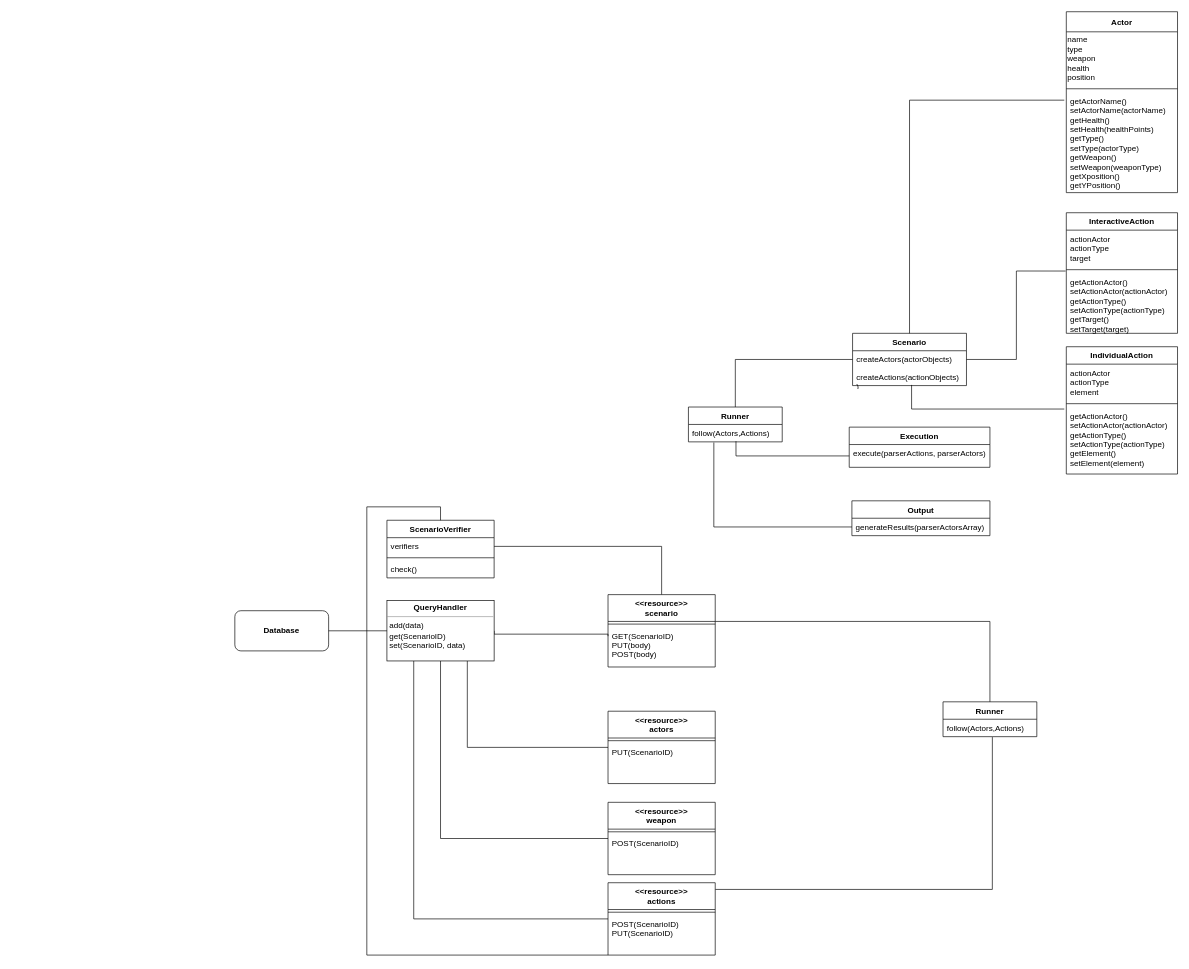
This is src/Diagram.drawio from fjcoding/AT-BC-LAT-01, a draw.io file, before an edit. Source tidied: cells renumbered, new cells numbered last; positions are measured from the earlier drawing's top-left corner, leaving out a move shared by most shapes. Both pictures are drawn from the tidied source at 67%, with x=0, y=0 at pixel (234, 11).
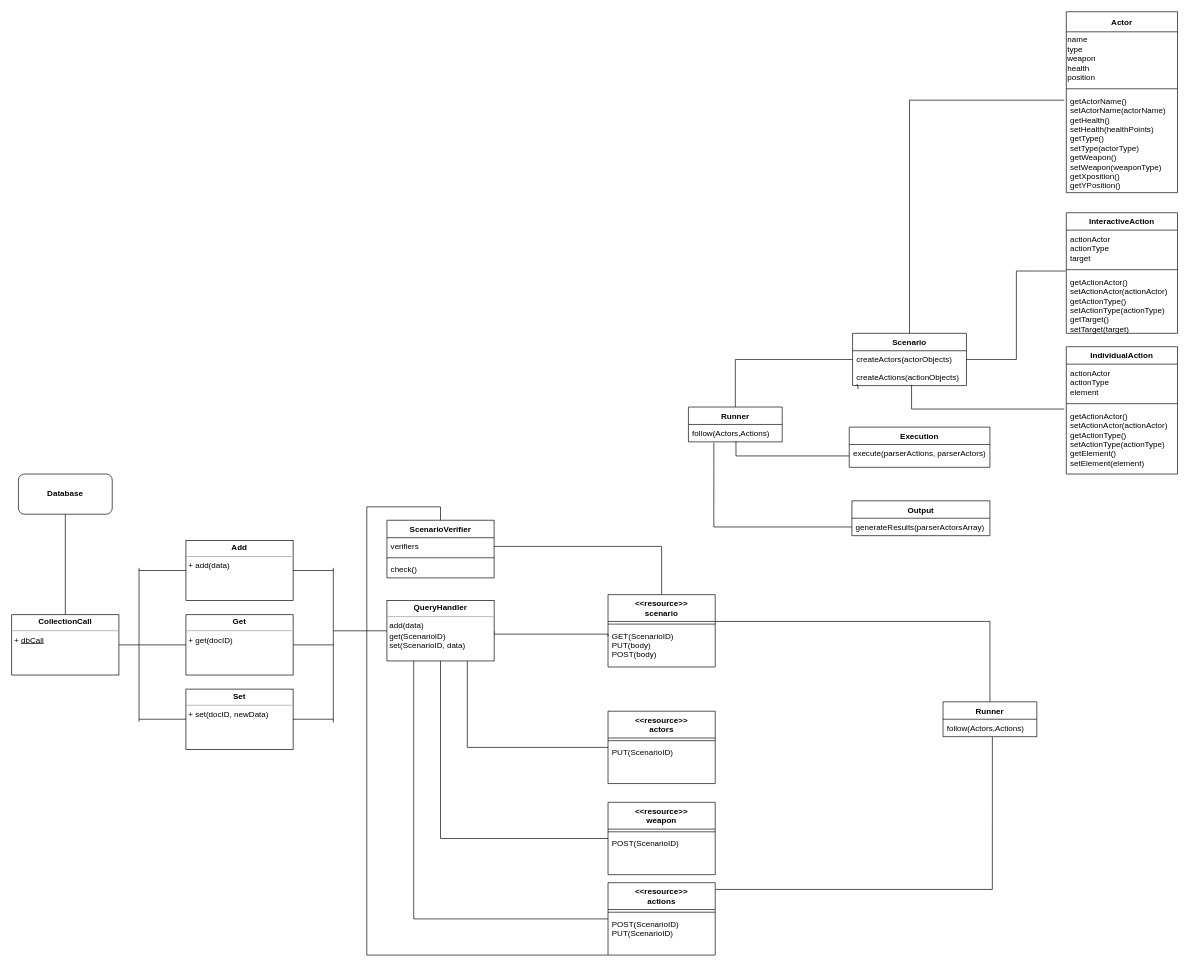
Above is the later version.

Commit message:
Class diagram modified according to new classes

The change refers to these unchanged cells:
```xml
<mxCell id="48" value="&lt;p style=&quot;margin: 0px ; margin-top: 4px ; text-align: center&quot;&gt;&lt;b&gt;QueryHandler&lt;/b&gt;&lt;/p&gt;&lt;hr size=&quot;1&quot;&gt;&lt;p style=&quot;margin: 0px ; margin-left: 4px&quot;&gt;add(data)&lt;/p&gt;&lt;p style=&quot;margin: 0px ; margin-left: 4px&quot;&gt;get(ScenarioID)&lt;/p&gt;&lt;p style=&quot;margin: 0px ; margin-left: 4px&quot;&gt;set(ScenarioID, data)&lt;/p&gt;&lt;p style=&quot;margin: 0px ; margin-left: 4px&quot;&gt;&lt;br&gt;&lt;/p&gt;" style="verticalAlign=top;align=left;overflow=fill;fontSize=12;fontFamily=Helvetica;html=1;" parent="1" vertex="1">
  <mxGeometry x="227" y="879" width="160" height="90" as="geometry" />
</mxCell>
```

What changed in the source:
```diff
@@
     <mxCell id="32" value="&lt;b&gt;Database&lt;/b&gt;" style="rounded=1;whiteSpace=wrap;html=1;direction=east;" parent="1" vertex="1">
-      <mxGeometry y="894" width="140" height="60" as="geometry" />
+      <mxGeometry x="-323" y="690" width="140" height="60" as="geometry" />
     </mxCell>
@@
-    <mxCell id="49" style="endArrow=none;html=1;exitX=1;exitY=0.5;exitDx=0;exitDy=0;entryX=0;entryY=0.5;entryDx=0;entryDy=0;" parent="1" edge="1" source="32" target="48">
-      <mxGeometry relative="1" as="geometry" />
-    </mxCell>
@@
+    <mxCell id="58" value="&lt;p style=&quot;margin: 0px ; margin-top: 4px ; text-align: center&quot;&gt;&lt;b&gt;Set&lt;/b&gt;&lt;/p&gt;&lt;hr size=&quot;1&quot;&gt;&lt;p style=&quot;margin: 0px ; margin-left: 4px&quot;&gt;+ set(docID, newData)&lt;/p&gt;" style="verticalAlign=top;align=left;overflow=fill;fontSize=12;fontFamily=Helvetica;html=1;" parent="1" vertex="1">
+      <mxGeometry x="-73" y="1011" width="160" height="90" as="geometry" />
+    </mxCell>
+    <mxCell id="59" value="&lt;p style=&quot;margin: 0px ; margin-top: 4px ; text-align: center&quot;&gt;&lt;b&gt;Get&lt;/b&gt;&lt;/p&gt;&lt;hr size=&quot;1&quot;&gt;&lt;p style=&quot;margin: 0px ; margin-left: 4px&quot;&gt;+ get(docID)&lt;/p&gt;" style="verticalAlign=top;align=left;overflow=fill;fontSize=12;fontFamily=Helvetica;html=1;" parent="1" vertex="1">
+      <mxGeometry x="-73" y="900" width="160" height="90" as="geometry" />
+    </mxCell>
+    <mxCell id="60" value="&lt;p style=&quot;margin: 0px ; margin-top: 4px ; text-align: center&quot;&gt;&lt;b&gt;Add&lt;/b&gt;&lt;/p&gt;&lt;hr size=&quot;1&quot;&gt;&lt;p style=&quot;margin: 0px ; margin-left: 4px&quot;&gt;&lt;/p&gt;&lt;p style=&quot;margin: 0px ; margin-left: 4px&quot;&gt;+ add(data)&lt;/p&gt;" style="verticalAlign=top;align=left;overflow=fill;fontSize=12;fontFamily=Helvetica;html=1;" parent="1" vertex="1">
+      <mxGeometry x="-73" y="789" width="160" height="90" as="geometry" />
+    </mxCell>
+    <mxCell id="61" style="endArrow=none;html=1;entryX=0;entryY=0.5;entryDx=0;entryDy=0;" parent="1" edge="1" target="60">
+      <mxGeometry relative="1" as="geometry">
+        <mxPoint x="-143" y="834" as="sourcePoint" />
+      </mxGeometry>
+    </mxCell>
+    <mxCell id="62" style="endArrow=none;html=1;entryX=0;entryY=0.5;entryDx=0;entryDy=0;" parent="1" edge="1" target="59">
+      <mxGeometry relative="1" as="geometry">
+        <mxPoint x="-143" y="945" as="sourcePoint" />
+      </mxGeometry>
+    </mxCell>
+    <mxCell id="63" style="endArrow=none;html=1;entryX=0;entryY=0.5;entryDx=0;entryDy=0;" parent="1" edge="1" target="58">
+      <mxGeometry relative="1" as="geometry">
+        <mxPoint x="-143" y="1056" as="sourcePoint" />
+      </mxGeometry>
+    </mxCell>
+    <mxCell id="64" style="endArrow=none;html=1;" parent="1" edge="1">
+      <mxGeometry relative="1" as="geometry">
+        <mxPoint x="-143" y="1060" as="sourcePoint" />
+        <mxPoint x="-143" y="830" as="targetPoint" />
+      </mxGeometry>
+    </mxCell>
+    <mxCell id="65" style="endArrow=none;html=1;exitX=1;exitY=0.5;exitDx=0;exitDy=0;" parent="1" edge="1" source="60">
+      <mxGeometry relative="1" as="geometry">
+        <mxPoint x="147" y="834" as="targetPoint" />
+      </mxGeometry>
+    </mxCell>
+    <mxCell id="66" style="endArrow=none;html=1;" parent="1" edge="1">
+      <mxGeometry relative="1" as="geometry">
+        <mxPoint x="147" y="1060.8" as="sourcePoint" />
+        <mxPoint x="147" y="830" as="targetPoint" />
+      </mxGeometry>
+    </mxCell>
+    <mxCell id="67" style="endArrow=none;html=1;exitX=1;exitY=0.5;exitDx=0;exitDy=0;" parent="1" edge="1" source="59">
+      <mxGeometry relative="1" as="geometry">
+        <mxPoint x="147" y="945" as="targetPoint" />
+      </mxGeometry>
+    </mxCell>
+    <mxCell id="68" style="endArrow=none;html=1;exitX=1;exitY=0.5;exitDx=0;exitDy=0;" parent="1" edge="1" source="58">
+      <mxGeometry relative="1" as="geometry">
+        <mxPoint x="147" y="1056" as="targetPoint" />
+      </mxGeometry>
+    </mxCell>
+    <mxCell id="69" style="endArrow=none;html=1;entryX=0;entryY=0.5;entryDx=0;entryDy=0;" parent="1" edge="1" target="48">
+      <mxGeometry relative="1" as="geometry">
+        <mxPoint x="147" y="924" as="sourcePoint" />
+      </mxGeometry>
+    </mxCell>
+    <mxCell id="70" style="endArrow=none;html=1;entryX=1;entryY=0.5;entryDx=0;entryDy=0;" parent="1" edge="1" target="71">
+      <mxGeometry relative="1" as="geometry">
+        <mxPoint x="-143" y="945" as="sourcePoint" />
+      </mxGeometry>
+    </mxCell>
+    <mxCell id="71" value="&lt;p style=&quot;margin: 0px ; margin-top: 4px ; text-align: center&quot;&gt;&lt;b&gt;CollectionCall&lt;/b&gt;&lt;/p&gt;&lt;hr size=&quot;1&quot;&gt;&lt;p style=&quot;margin: 0px ; margin-left: 4px&quot;&gt;+ &lt;u&gt;dbCall&lt;/u&gt;&amp;nbsp;&lt;/p&gt;" style="verticalAlign=top;align=left;overflow=fill;fontSize=12;fontFamily=Helvetica;html=1;" parent="1" vertex="1">
+      <mxGeometry x="-333" y="900" width="160" height="90" as="geometry" />
+    </mxCell>
+    <mxCell id="72" style="endArrow=none;html=1;entryX=0.5;entryY=1;entryDx=0;entryDy=0;exitX=0.5;exitY=0;exitDx=0;exitDy=0;" parent="1" edge="1" source="71" target="32">
+      <mxGeometry relative="1" as="geometry" />
+    </mxCell>
```
